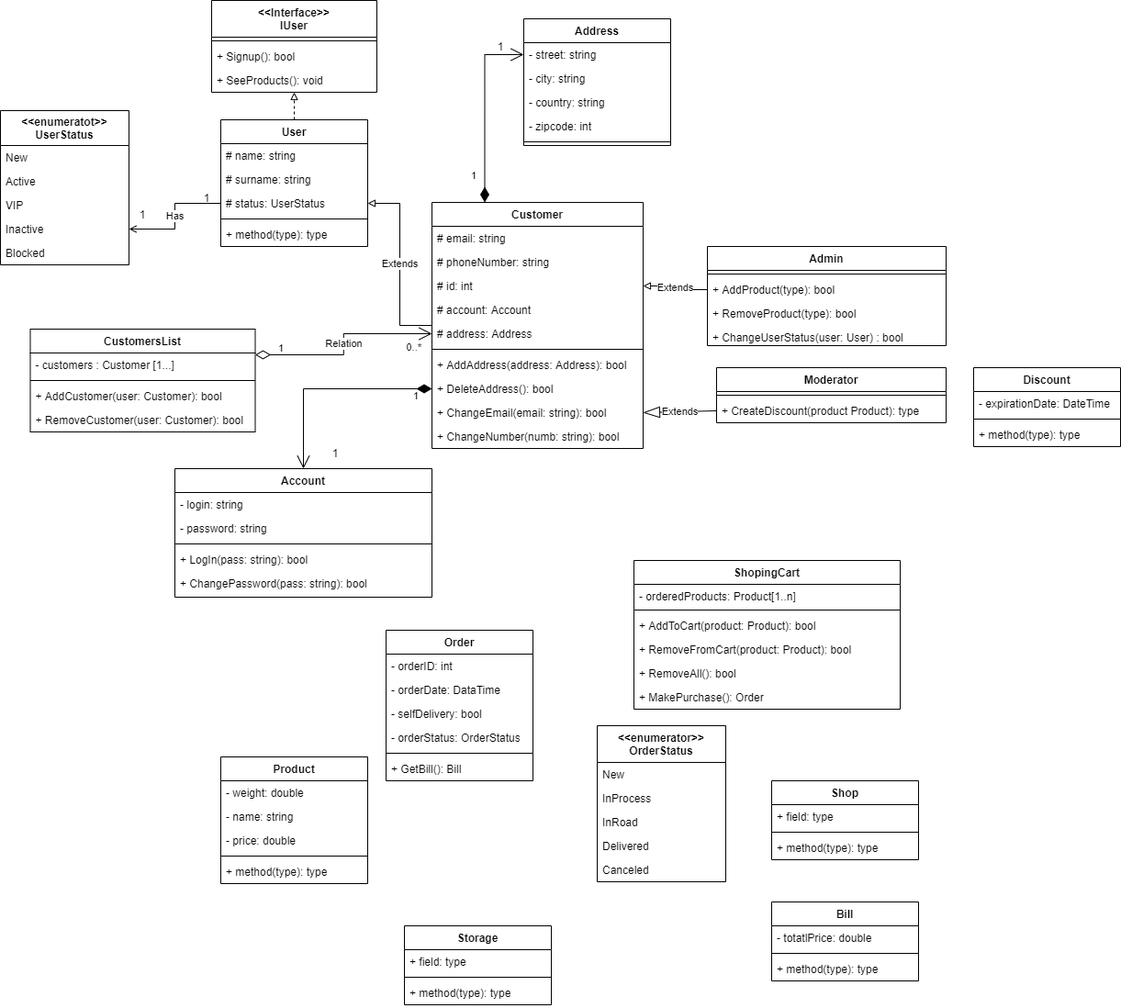
Earlier version of the draw.io export ShopConseptualUML.drawio.png (olh-msk/SigmaTask10). Source tidied: cells renumbered, new cells last; positions are measured from the earlier drawing's top-left corner, leaving out a move shared by most shapes.
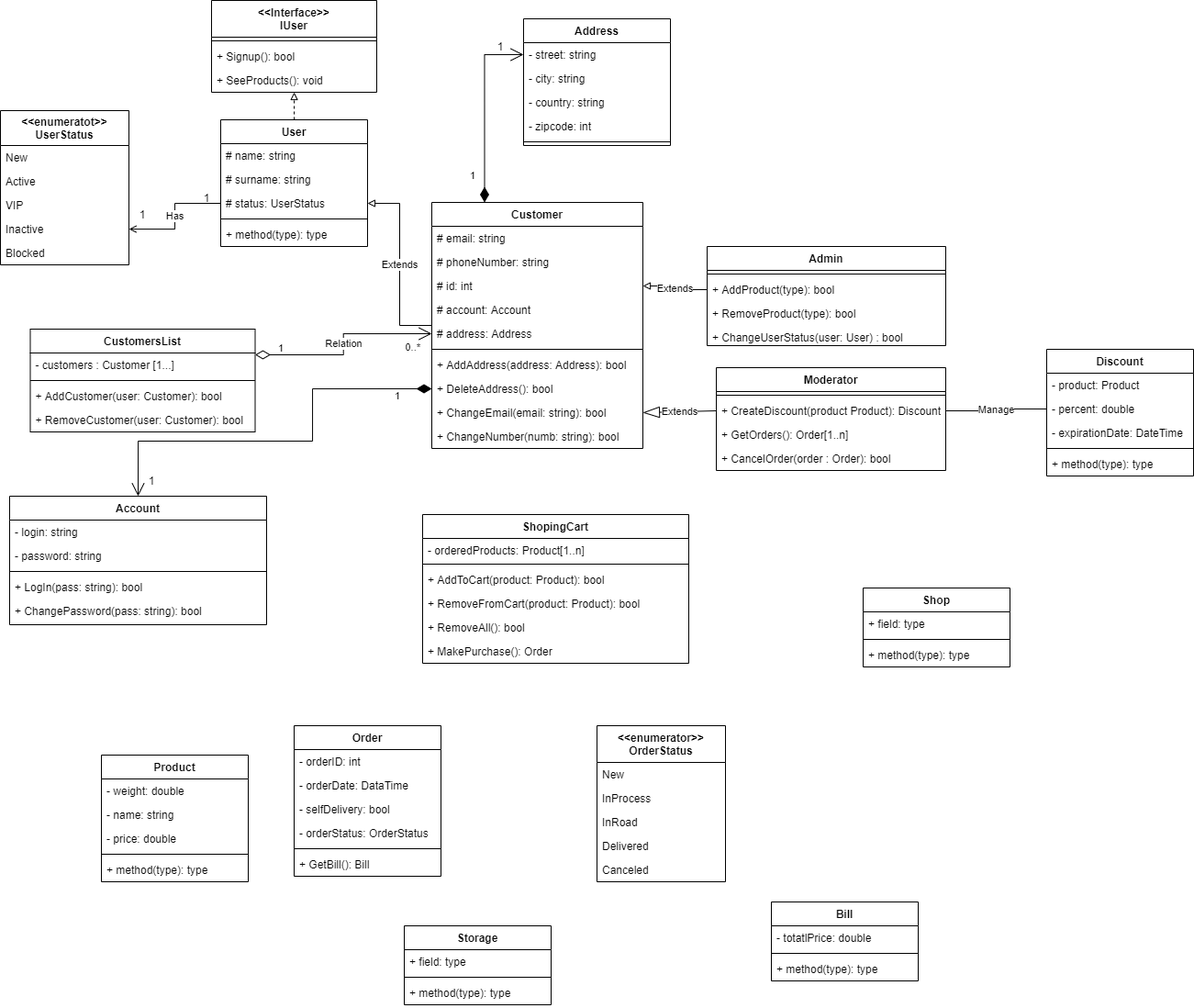
Later version of the same file.

What changed in the source:
```diff
@@ -89,7 +89,7 @@
       <mxGeometry y="130" width="160" height="8" as="geometry" />
     </mxCell>
     <mxCell id="29" value="Account" style="swimlane;fontStyle=1;align=center;verticalAlign=top;horizontal=1;startSize=26;" parent="1" vertex="1">
-      <mxGeometry x="190" y="510" width="280" height="140" as="geometry" />
+      <mxGeometry x="10" y="540" width="280" height="140" as="geometry" />
     </mxCell>
     <mxCell id="30" value="- login: string" style="text;strokeColor=none;fillColor=none;align=left;verticalAlign=top;spacingLeft=4;spacingRight=4;overflow=hidden;" parent="29" vertex="1">
       <mxGeometry y="26" width="280" height="26" as="geometry" />
@@ -143,7 +143,7 @@
       <mxGeometry y="242" width="230" height="26" as="geometry" />
     </mxCell>
     <mxCell id="47" value="ShopingCart" style="swimlane;fontStyle=1;align=center;verticalAlign=top;horizontal=1;startSize=26;" parent="1" vertex="1">
-      <mxGeometry x="690" y="610" width="290" height="162" as="geometry" />
+      <mxGeometry x="460" y="560" width="290" height="162" as="geometry" />
     </mxCell>
     <mxCell id="48" value="- orderedProducts: Product[1..n]" style="text;strokeColor=none;fillColor=none;align=left;verticalAlign=top;spacingLeft=4;spacingRight=4;overflow=hidden;" parent="47" vertex="1">
       <mxGeometry y="26" width="290" height="24" as="geometry" />
@@ -219,19 +219,31 @@
       </mxGeometry>
     </mxCell>
     <mxCell id="71" value="Moderator" style="swimlane;fontStyle=1;align=center;verticalAlign=top;horizontal=1;startSize=26;" parent="1" vertex="1">
-      <mxGeometry x="780" y="400" width="250" height="60" as="geometry" />
+      <mxGeometry x="780" y="400" width="250" height="112" as="geometry" />
     </mxCell>
     <mxCell id="72" style="line;strokeWidth=1;fillColor=none;align=left;verticalAlign=middle;spacingTop=-1;spacingLeft=3;spacingRight=3;labelPosition=right;" parent="71" vertex="1">
       <mxGeometry y="26" width="250" height="8" as="geometry" />
     </mxCell>
-    <mxCell id="73" value="+ CreateDiscount(product Product): type" style="text;strokeColor=none;fillColor=none;align=left;verticalAlign=top;spacingLeft=4;spacingRight=4;overflow=hidden;points=[[0,0.5],[1,0.5]];portConstraint=eastwest;" parent="71" vertex="1">
+    <mxCell id="73" value="+ CreateDiscount(product Product): Discount" style="text;strokeColor=none;fillColor=none;align=left;verticalAlign=top;spacingLeft=4;spacingRight=4;overflow=hidden;points=[[0,0.5],[1,0.5]];portConstraint=eastwest;" parent="71" vertex="1">
       <mxGeometry y="34" width="250" height="26" as="geometry" />
     </mxCell>
+    <mxCell id="110" value="+ GetOrders(): Order[1..n]" style="text;strokeColor=none;fillColor=none;align=left;verticalAlign=top;spacingLeft=4;spacingRight=4;overflow=hidden;" parent="71" vertex="1">
+      <mxGeometry y="60" width="250" height="26" as="geometry" />
+    </mxCell>
+    <mxCell id="111" value="+ CancelOrder(order : Order): bool" style="text;strokeColor=none;fillColor=none;align=left;verticalAlign=top;spacingLeft=4;spacingRight=4;overflow=hidden;" parent="71" vertex="1">
+      <mxGeometry y="86" width="250" height="26" as="geometry" />
+    </mxCell>
     <mxCell id="74" value="1" style="endArrow=open;html=1;endSize=12;startArrow=diamondThin;startSize=14;startFill=1;edgeStyle=orthogonalEdgeStyle;align=left;verticalAlign=bottom;rounded=0;exitX=0;exitY=0.5;exitDx=0;exitDy=0;entryX=0.5;entryY=0;entryDx=0;entryDy=0;" parent="1" edge="1" source="44" target="29">
-      <mxGeometry x="-0.81" y="17" relative="1" as="geometry" />
+      <mxGeometry x="-0.81" y="17" relative="1" as="geometry">
+        <Array as="points">
+          <mxPoint x="340" y="423" />
+          <mxPoint x="340" y="480" />
+          <mxPoint x="150" y="480" />
+        </Array>
+      </mxGeometry>
     </mxCell>
     <mxCell id="75" value="1" style="text;html=1;strokeColor=none;fillColor=none;align=center;verticalAlign=middle;whiteSpace=wrap;rounded=0;" parent="1" vertex="1">
-      <mxGeometry x="350" y="488" width="30" height="10" as="geometry" />
+      <mxGeometry x="150" y="518" width="30" height="10" as="geometry" />
     </mxCell>
     <mxCell id="76" value="1" style="endArrow=open;html=1;endSize=12;startArrow=diamondThin;startSize=14;startFill=1;edgeStyle=orthogonalEdgeStyle;align=left;verticalAlign=bottom;rounded=0;exitX=0.25;exitY=0;exitDx=0;exitDy=0;entryX=0;entryY=0.5;entryDx=0;entryDy=0;" parent="1" edge="1" source="36" target="24">
       <mxGeometry x="-0.8" y="18" relative="1" as="geometry">
@@ -242,7 +254,7 @@
       <mxGeometry x="530" y="45" width="30" height="10" as="geometry" />
     </mxCell>
     <mxCell id="78" value="Product" style="swimlane;fontStyle=1;align=center;verticalAlign=top;horizontal=1;startSize=26;" parent="1" vertex="1">
-      <mxGeometry x="240" y="824" width="160" height="138" as="geometry" />
+      <mxGeometry x="110" y="822" width="160" height="138" as="geometry" />
     </mxCell>
     <mxCell id="79" value="- weight: double" style="text;strokeColor=none;fillColor=none;align=left;verticalAlign=top;spacingLeft=4;spacingRight=4;overflow=hidden;" parent="78" vertex="1">
       <mxGeometry y="26" width="160" height="26" as="geometry" />
@@ -272,7 +284,7 @@
       <mxGeometry y="60" width="160" height="26" as="geometry" />
     </mxCell>
     <mxCell id="88" value="Order" style="swimlane;fontStyle=1;align=center;verticalAlign=top;horizontal=1;startSize=26;" parent="1" vertex="1">
-      <mxGeometry x="420" y="686" width="160" height="164" as="geometry" />
+      <mxGeometry x="320" y="790" width="160" height="164" as="geometry" />
     </mxCell>
     <mxCell id="89" value="- orderID: int" style="text;strokeColor=none;fillColor=none;align=left;verticalAlign=top;spacingLeft=4;spacingRight=4;overflow=hidden;" parent="88" vertex="1">
       <mxGeometry y="26" width="160" height="26" as="geometry" />
@@ -293,7 +305,7 @@
       <mxGeometry y="138" width="160" height="26" as="geometry" />
     </mxCell>
     <mxCell id="95" value="Shop" style="swimlane;fontStyle=1;align=center;verticalAlign=top;horizontal=1;startSize=26;" parent="1" vertex="1">
-      <mxGeometry x="840" y="850" width="160" height="86" as="geometry" />
+      <mxGeometry x="940" y="640" width="160" height="86" as="geometry" />
     </mxCell>
     <mxCell id="96" value="+ field: type" style="text;strokeColor=none;fillColor=none;align=left;verticalAlign=top;spacingLeft=4;spacingRight=4;overflow=hidden;" parent="95" vertex="1">
       <mxGeometry y="26" width="160" height="26" as="geometry" />
@@ -308,16 +320,22 @@
       <mxGeometry relative="1" as="geometry" />
     </mxCell>
     <mxCell id="100" value="Discount" style="swimlane;fontStyle=1;align=center;verticalAlign=top;horizontal=1;startSize=26;" parent="1" vertex="1">
-      <mxGeometry x="1060" y="400" width="160" height="86" as="geometry" />
+      <mxGeometry x="1140" y="380" width="160" height="138" as="geometry" />
     </mxCell>
+    <mxCell id="112" value="- product: Product" style="text;strokeColor=none;fillColor=none;align=left;verticalAlign=top;spacingLeft=4;spacingRight=4;overflow=hidden;" parent="100" vertex="1">
+      <mxGeometry y="26" width="160" height="26" as="geometry" />
+    </mxCell>
+    <mxCell id="113" value="- percent: double" style="text;strokeColor=none;fillColor=none;align=left;verticalAlign=top;spacingLeft=4;spacingRight=4;overflow=hidden;points=[[0,0.5],[1,0.5]];portConstraint=eastwest;" parent="100" vertex="1">
+      <mxGeometry y="52" width="160" height="26" as="geometry" />
+    </mxCell>
     <mxCell id="101" value="- expirationDate: DateTime" style="text;strokeColor=none;fillColor=none;align=left;verticalAlign=top;spacingLeft=4;spacingRight=4;overflow=hidden;" parent="100" vertex="1">
-      <mxGeometry y="26" width="160" height="26" as="geometry" />
+      <mxGeometry y="78" width="160" height="26" as="geometry" />
     </mxCell>
     <mxCell id="102" style="line;strokeWidth=1;fillColor=none;align=left;verticalAlign=middle;spacingTop=-1;spacingLeft=3;spacingRight=3;labelPosition=right;" parent="100" vertex="1">
-      <mxGeometry y="52" width="160" height="8" as="geometry" />
+      <mxGeometry y="104" width="160" height="8" as="geometry" />
     </mxCell>
     <mxCell id="103" value="+ method(type): type" style="text;strokeColor=none;fillColor=none;align=left;verticalAlign=top;spacingLeft=4;spacingRight=4;overflow=hidden;" parent="100" vertex="1">
-      <mxGeometry y="60" width="160" height="26" as="geometry" />
+      <mxGeometry y="112" width="160" height="26" as="geometry" />
     </mxCell>
     <mxCell id="104" value="&lt;&lt;enumerator&gt;&gt;&#10;OrderStatus" style="swimlane;fontStyle=1;horizontal=1;startSize=40;fillColor=none;" parent="1" vertex="1">
       <mxGeometry x="650" y="790" width="140" height="170" as="geometry" />
@@ -337,5 +355,8 @@
     <mxCell id="109" value="Canceled" style="text;strokeColor=none;fillColor=none;align=left;verticalAlign=top;spacingLeft=4;spacingRight=4;overflow=hidden;" parent="104" vertex="1">
       <mxGeometry y="144" width="140" height="26" as="geometry" />
     </mxCell>
+    <mxCell id="114" value="Manage" style="endArrow=none;html=1;edgeStyle=orthogonalEdgeStyle;rounded=0;entryX=0;entryY=0.5;entryDx=0;entryDy=0;exitX=1;exitY=0.5;exitDx=0;exitDy=0;" parent="1" edge="1" source="73" target="113">
+      <mxGeometry relative="1" as="geometry" />
+    </mxCell>
   </root>
 </mxGraphModel>
```
